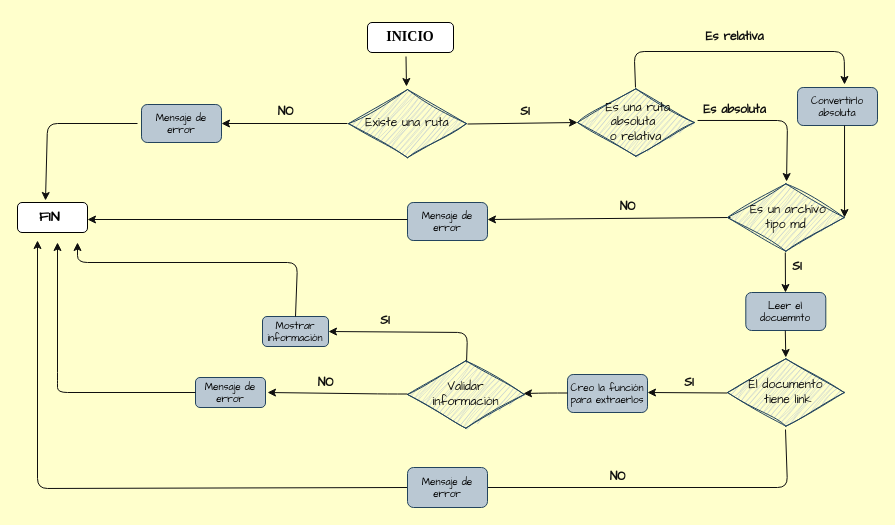
Earlier version of the draw.io diagram diagrama.drawio (ErikaSuesca/DEV002-md-links). Source tidied: cells renumbered, new cells numbered last; positions are measured from the earlier drawing's top-left corner, leaving out a move shared by most shapes. Both pictures are drawn from the tidied source at 100%, with x=0, y=0 at pixel (17, 22).
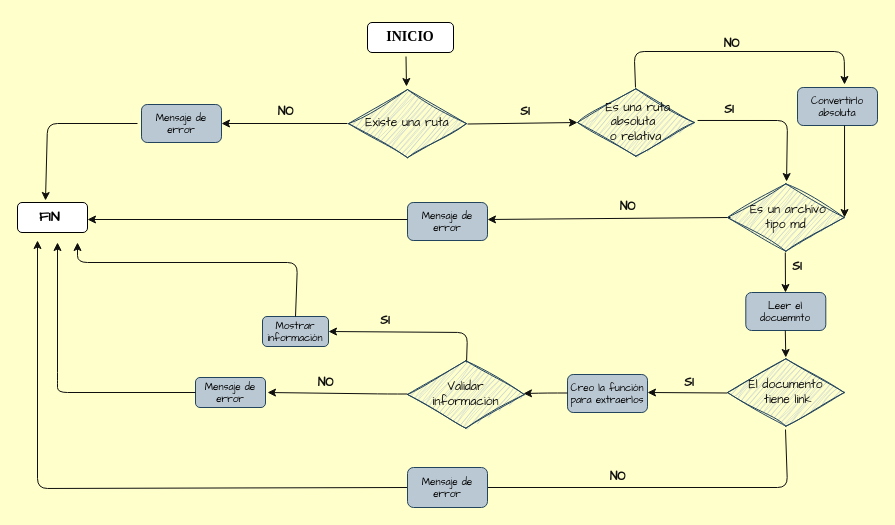
The same diagram, later.

Commit message (it also covers changes not shown here):
Se cambia nombre y se realizan cambios al diagrama

Change to the diagram source:
```diff
@@
-    <mxCell id="32" value="&lt;b&gt;Es relativa&lt;/b&gt;" style="text;html=1;align=center;verticalAlign=middle;strokeColor=none;fillColor=none;fontSize=12;fontFamily=Comic Sans MS;fontColor=#0F0F0F;sketch=1;hachureGap=4;jiggle=2;curveFitting=1;" parent="1" vertex="1">
-      <mxGeometry x="672" width="90" height="30" as="geometry" />
-    </mxCell>
-    <mxCell id="33" value="&lt;b&gt;Es absoluta&lt;/b&gt;" style="text;html=1;align=center;verticalAlign=middle;strokeColor=none;fillColor=none;fontSize=12;fontFamily=Comic Sans MS;fontColor=#0F0F0F;sketch=1;hachureGap=4;jiggle=2;curveFitting=1;" parent="1" vertex="1">
-      <mxGeometry x="672" y="73" width="90" height="30" as="geometry" />
-    </mxCell>
@@
+    <mxCell id="46" value="&lt;b&gt;SI&amp;nbsp;&lt;/b&gt;" style="text;html=1;align=center;verticalAlign=middle;strokeColor=none;fillColor=none;fontSize=12;fontFamily=Comic Sans MS;fontColor=#0F0F0F;sketch=1;hachureGap=4;jiggle=2;curveFitting=1;" parent="1" vertex="1">
+      <mxGeometry x="694" y="73" width="40" height="30" as="geometry" />
+    </mxCell>
+    <mxCell id="47" value="&lt;b&gt;NO&lt;/b&gt;" style="text;html=1;align=center;verticalAlign=middle;strokeColor=none;fillColor=none;fontSize=12;fontFamily=Comic Sans MS;fontColor=#0F0F0F;sketch=1;hachureGap=4;jiggle=2;curveFitting=1;" parent="1" vertex="1">
+      <mxGeometry x="694" y="7" width="40" height="30" as="geometry" />
+    </mxCell>
```
